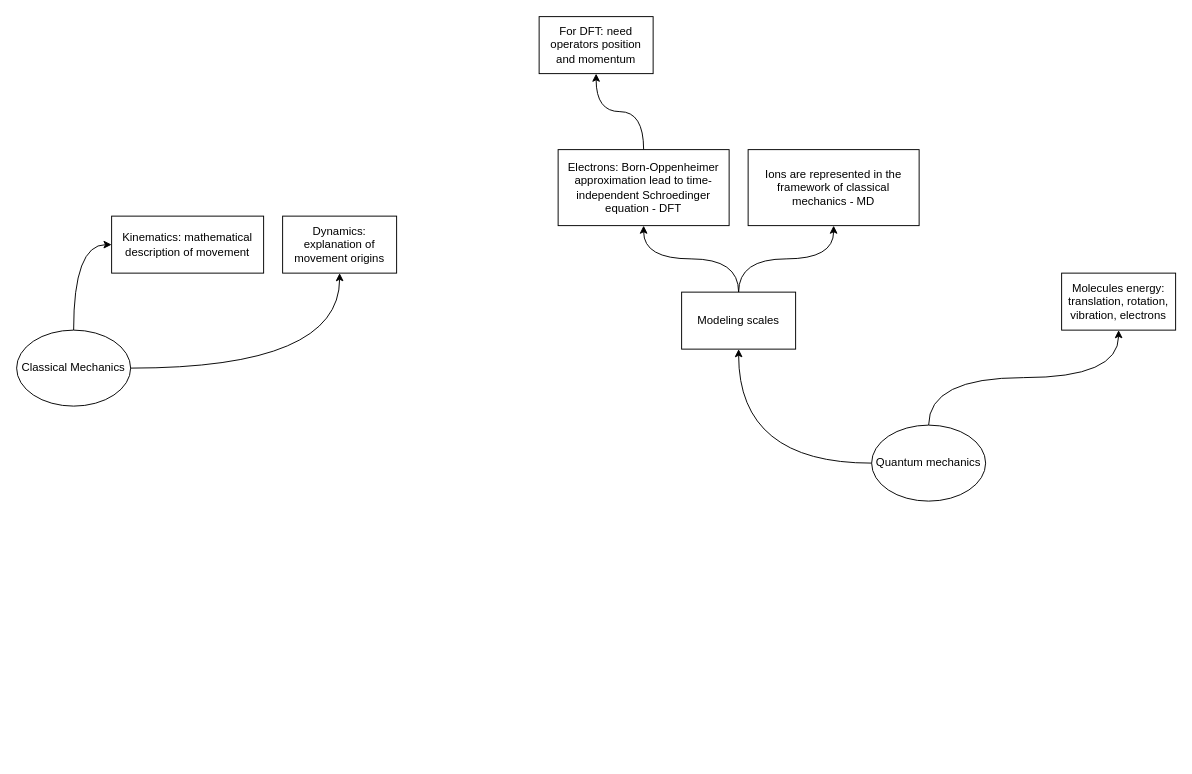
The draw.io diagram learning.drawio in wallytutor/mind-maps, before the edit. Source tidied: cells renumbered, new cells numbered last; positions are measured from the earlier drawing's top-left corner, leaving out a move shared by most shapes. Both pictures are drawn from the tidied source at 95%, with x=0, y=0 at pixel (16, 16).
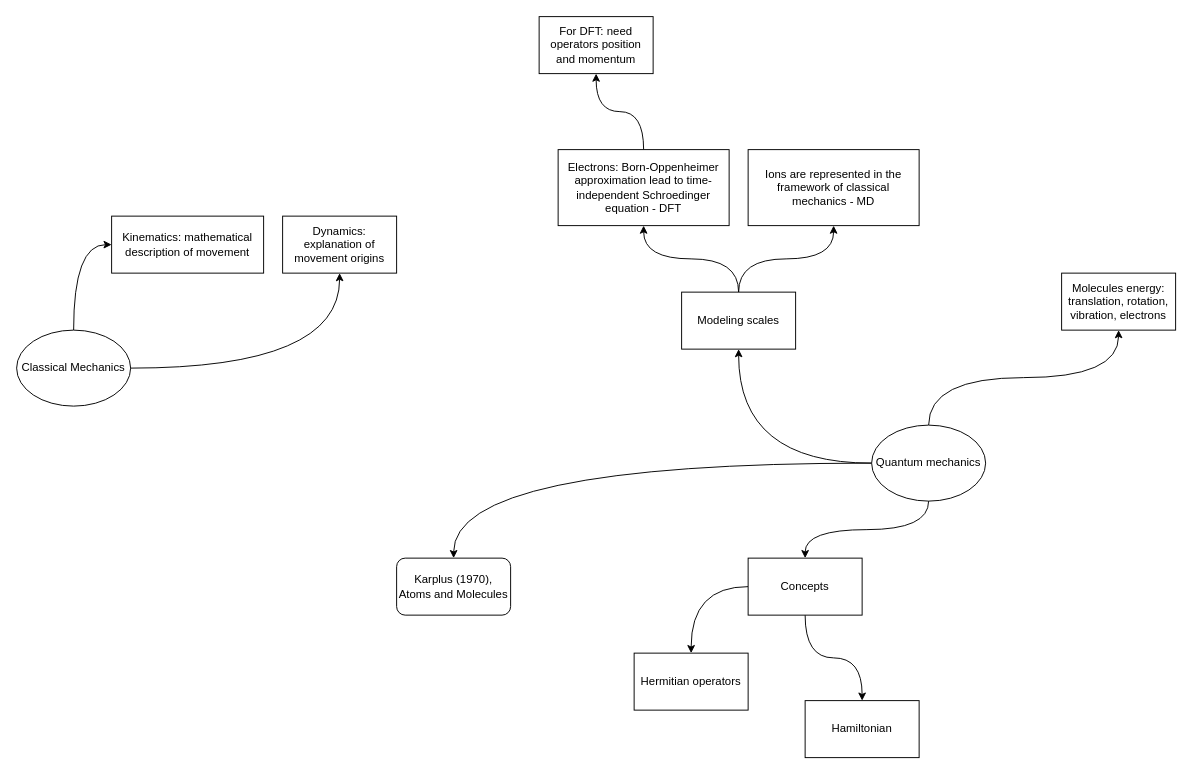
Above is the later version.

Unchanged cells that the change refers to:
```xml
<mxCell id="4" value="Quantum mechanics" style="ellipse;whiteSpace=wrap;html=1;" parent="1" vertex="1">
  <mxGeometry x="900" y="430" width="120" height="80" as="geometry" />
</mxCell>
```

Diff of the diagram source:
```diff
@@
+    <mxCell id="18" style="edgeStyle=orthogonalEdgeStyle;curved=1;rounded=0;jettySize=auto;html=1;exitX=0.5;exitY=1;exitDx=0;exitDy=0;" parent="1" edge="1" source="4" target="22">
+      <mxGeometry relative="1" as="geometry" />
+    </mxCell>
+    <mxCell id="19" style="edgeStyle=orthogonalEdgeStyle;curved=1;rounded=0;jettySize=auto;html=1;" parent="1" edge="1" source="4" target="24">
+      <mxGeometry relative="1" as="geometry" />
+    </mxCell>
@@
+    <mxCell id="20" style="edgeStyle=orthogonalEdgeStyle;curved=1;rounded=0;jettySize=auto;html=1;exitX=0;exitY=0.5;exitDx=0;exitDy=0;" parent="1" edge="1" source="22" target="23">
+      <mxGeometry relative="1" as="geometry" />
+    </mxCell>
+    <mxCell id="21" style="edgeStyle=orthogonalEdgeStyle;curved=1;rounded=0;jettySize=auto;html=1;" parent="1" edge="1" source="22" target="25">
+      <mxGeometry relative="1" as="geometry" />
+    </mxCell>
+    <mxCell id="22" value="Concepts" style="rounded=0;whiteSpace=wrap;html=1;" parent="1" vertex="1">
+      <mxGeometry x="770" y="570" width="120" height="60" as="geometry" />
+    </mxCell>
+    <mxCell id="23" value="Hermitian operators" style="rounded=0;whiteSpace=wrap;html=1;" parent="1" vertex="1">
+      <mxGeometry x="650" y="670" width="120" height="60" as="geometry" />
+    </mxCell>
+    <mxCell id="24" value="Karplus (1970), Atoms and Molecules" style="rounded=1;whiteSpace=wrap;html=1;" parent="1" vertex="1">
+      <mxGeometry x="400" y="570" width="120" height="60" as="geometry" />
+    </mxCell>
+    <mxCell id="25" value="Hamiltonian" style="rounded=0;whiteSpace=wrap;html=1;" parent="1" vertex="1">
+      <mxGeometry x="830" y="720" width="120" height="60" as="geometry" />
+    </mxCell>
```
